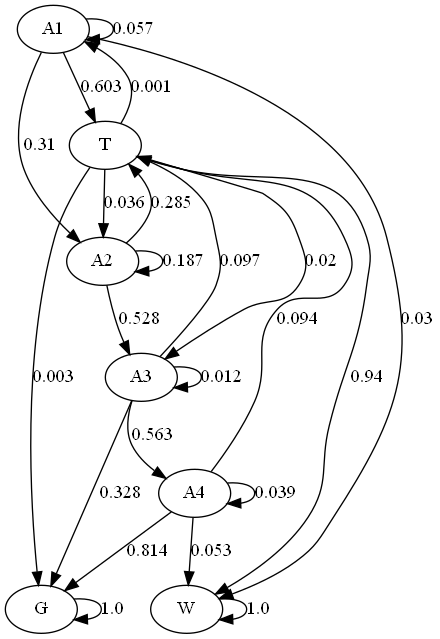
The Graphviz diagram graph/markov.png in JulianaFerreira/educacao, before a commit. Its source is kept beside it as graph/markov.dot.
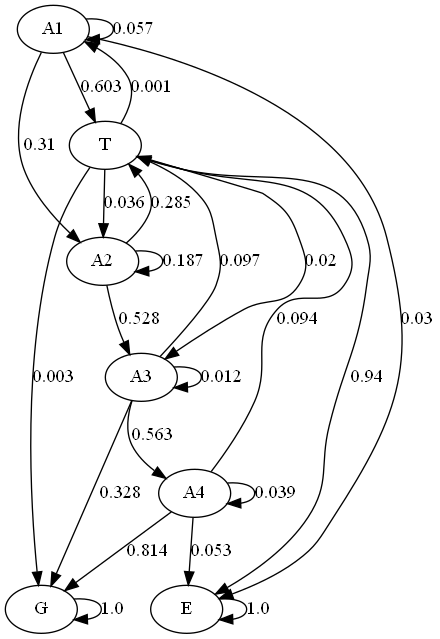
The same file after the commit.

The edit, as a diff of the source:
```diff
@@ -5,16 +5,16 @@
 A3;
 A4;
 G;
-W;
+E;
 A1 -> A1  [key=0, label="0.057", weight="0.057"];
 A1 -> A2  [key=0, label="0.31", weight="0.31"];
 A1 -> T  [key=0, label="0.603", weight="0.603"];
-A1 -> W  [key=0, label="0.03", weight="0.03"];
+A1 -> E  [key=0, label="0.03", weight="0.03"];
 T -> A1  [key=0, label="0.001", weight="0.001"];
 T -> A2  [key=0, label="0.036", weight="0.036"];
 T -> A3  [key=0, label="0.02", weight="0.02"];
 T -> G  [key=0, label="0.003", weight="0.003"];
-T -> W  [key=0, label="0.94", weight="0.94"];
+T -> E  [key=0, label="0.94", weight="0.94"];
 A2 -> A2  [key=0, label="0.187", weight="0.187"];
 A2 -> A3  [key=0, label="0.528", weight="0.528"];
 A2 -> T  [key=0, label="0.285", weight="0.285"];
@@ -25,7 +25,7 @@
 A4 -> A4  [key=0, label="0.039", weight="0.039"];
 A4 -> T  [key=0, label="0.094", weight="0.094"];
 A4 -> G  [key=0, label="0.814", weight="0.814"];
-A4 -> W  [key=0, label="0.053", weight="0.053"];
+A4 -> E  [key=0, label="0.053", weight="0.053"];
 G -> G  [key=0, label="1.0", weight="1.0"];
-W -> W  [key=0, label="1.0", weight="1.0"];
+E -> E  [key=0, label="1.0", weight="1.0"];
 }
```
